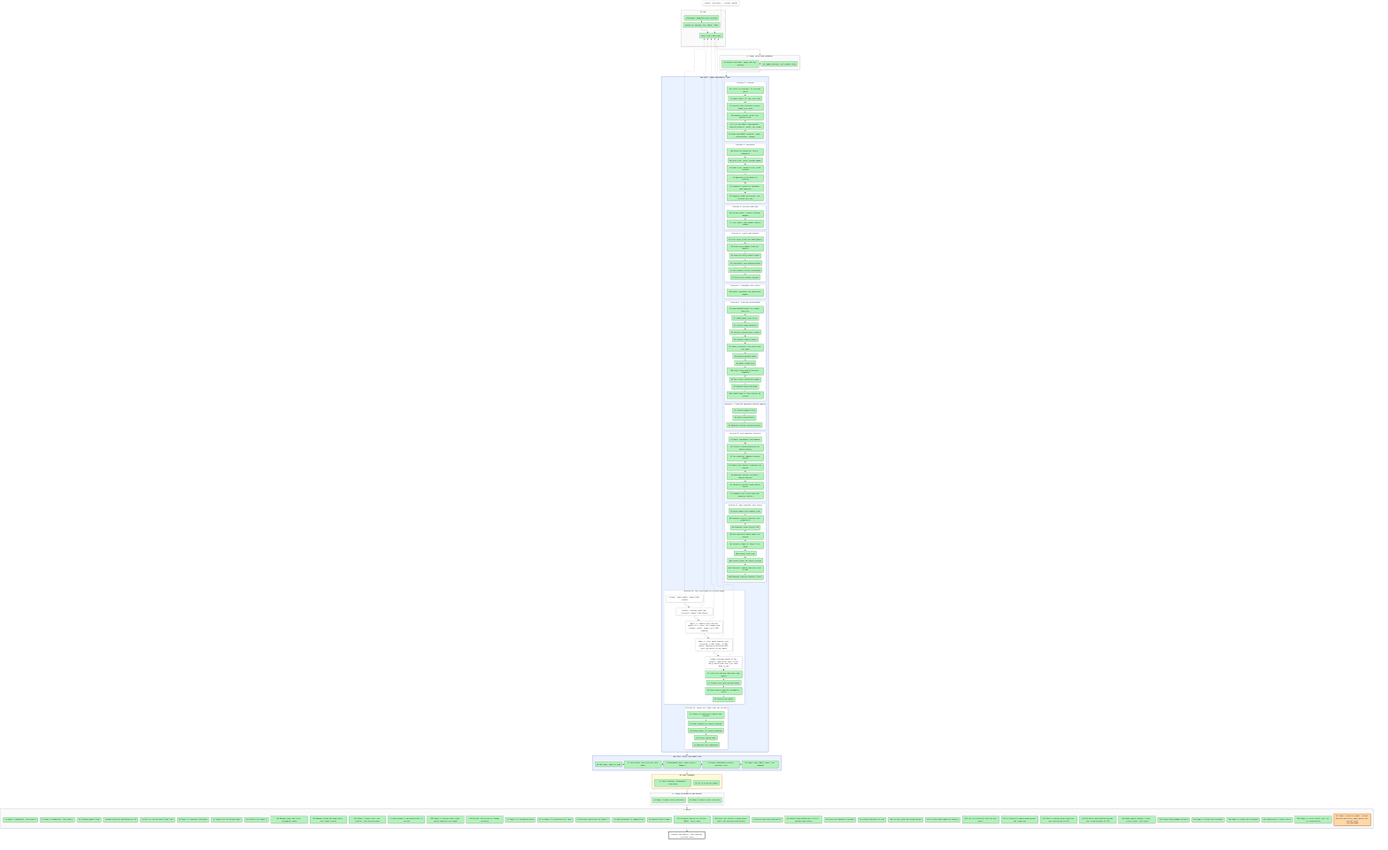
This is artifacts/notes/progress/map.png from mo-rsa24/concept-composition, a Mermaid export, as it was before one commit. Its source is kept beside it as artifacts/notes/progress/map.mmd.
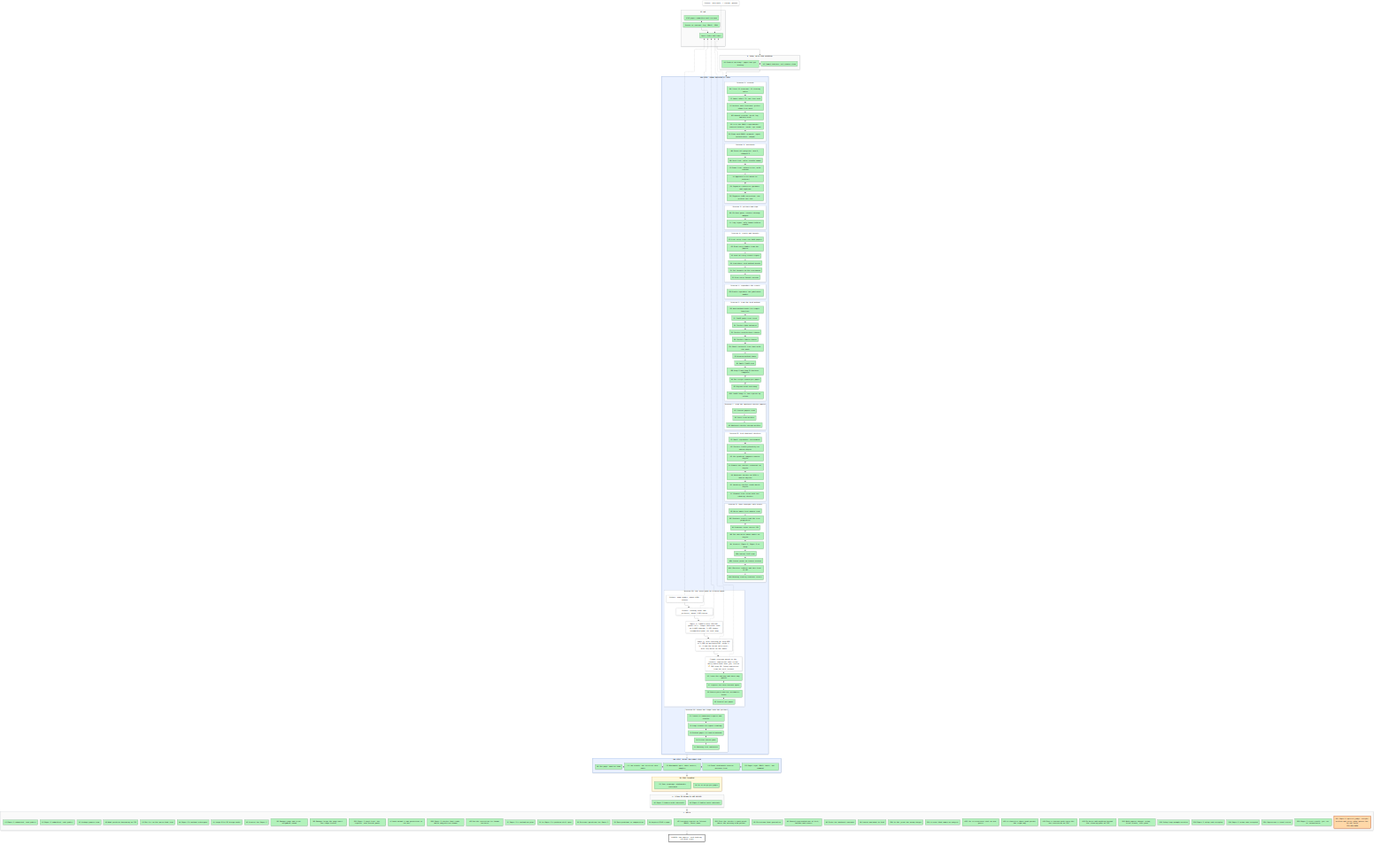
After the commit.

Commit message:
Progress map: the supervisor session's title

What changed in the source:
```diff
@@ -82,7 +82,7 @@
   X2["Detour: reading route and pictures, about 1.8M tokens"]:::detour -.-> P2
   X3["Paper 1: CLEVR A best 501/626 (paste 517); longer and wider runs on 4,448 running; 1,599-longer resubmitted past its cost stop"]:::detour -.-> P2
   X4["Paper 2: dial training at step 890 of 1,000 on mscluster110; steps 5, 5r, 6 and the blind calls next; mini toy waits on the owner"]:::detour -.-> P2
-  X5["Claude sessions moved to the cluster: supervisor runs in the daily batch-node host job (done 2026-11-28)"]:::detour -.-> P2
+  X5["Claude sessions moved to the cluster: supervisor runs in the daily batch-node host job, titled '🧭 PhD Loop 18: Setup supervisor' from the next restart"]:::detour -.-> P2
   L1 ~~~ L2 ~~~ L3 ~~~ L4 ~~~ L5 ~~~ L6 ~~~ L7 ~~~ L8 ~~~ L9 ~~~ L10 ~~~ L11
   S0 --> SA --> LOOP --> JOIN --> CAL --> SE --> SF --> GOAL
   style S0 fill:#fafafa,stroke:#adb5bd
```
